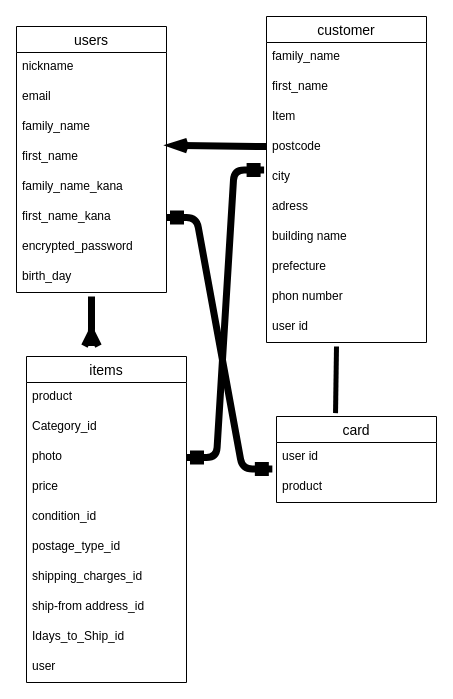
The draw.io diagram config/readme.dio in tya-suke/furima-38764, before the edit. Source tidied: cells renumbered, new cells numbered last; positions are measured from the earlier drawing's top-left corner, leaving out a move shared by most shapes. Both pictures are drawn from the tidied source at 100%, with x=0, y=0 at pixel (16, 16).
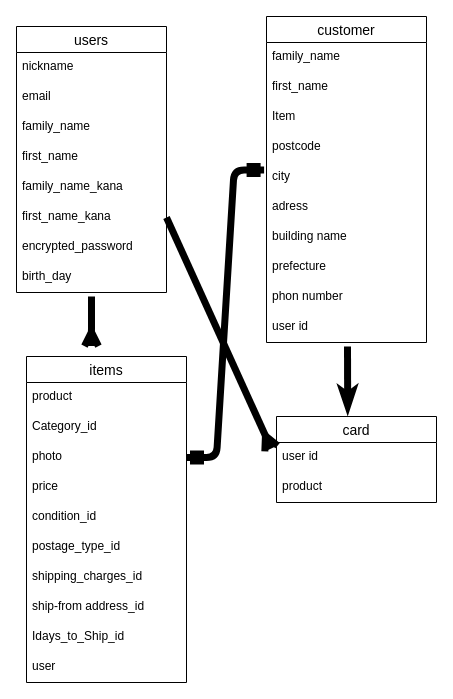
Above is the later version.

The change refers to these unchanged cells:
```xml
<mxCell id="6" value="first_name" style="text;strokeColor=none;fillColor=none;spacingLeft=4;spacingRight=4;overflow=hidden;points=[[0,0.5],[1,0.5]];portConstraint=eastwest;fontSize=12;" parent="2" vertex="1">
  <mxGeometry y="116" width="150" height="30" as="geometry" />
</mxCell>
<mxCell id="8" value="first_name_kana " style="text;strokeColor=none;fillColor=none;spacingLeft=4;spacingRight=4;overflow=hidden;points=[[0,0.5],[1,0.5]];portConstraint=eastwest;fontSize=12;" parent="2" vertex="1">
  <mxGeometry y="176" width="150" height="30" as="geometry" />
</mxCell>
<mxCell id="26" value="postcode" style="text;strokeColor=none;fillColor=none;spacingLeft=4;spacingRight=4;overflow=hidden;points=[[0,0.5],[1,0.5]];portConstraint=eastwest;fontSize=12;" parent="22" vertex="1">
  <mxGeometry y="116" width="160" height="30" as="geometry" />
</mxCell>
<mxCell id="33" value="card" style="swimlane;fontStyle=0;horizontal=1;startSize=26;align=center;fontSize=14;" parent="1" vertex="1">
  <mxGeometry x="260" y="400" width="160" height="86" as="geometry" />
</mxCell>
<mxCell id="34" value="user id" style="text;strokeColor=none;fillColor=none;spacingLeft=4;spacingRight=4;overflow=hidden;points=[[0,0.5],[1,0.5]];portConstraint=eastwest;fontSize=12;" parent="33" vertex="1">
  <mxGeometry y="26" width="160" height="30" as="geometry" />
</mxCell>
```

The edit, as a diff of the source:
```diff
@@
-    <mxCell id="36" style="edgeStyle=none;html=1;endArrow=none;endFill=0;strokeWidth=5;entryX=0.369;entryY=-0.039;entryDx=0;entryDy=0;entryPerimeter=0;" parent="1" edge="1" target="33">
-      <mxGeometry relative="1" as="geometry">
-        <mxPoint x="320" y="330" as="sourcePoint" />
-      </mxGeometry>
-    </mxCell>
@@
-    <mxCell id="39" style="edgeStyle=none;html=1;endArrow=openThin;endFill=0;strokeWidth=7;entryX=1;entryY=0.096;entryDx=0;entryDy=0;entryPerimeter=0;" parent="1" edge="1" source="26" target="6">
-      <mxGeometry relative="1" as="geometry" />
-    </mxCell>
-    <mxCell id="40" style="edgeStyle=entityRelationEdgeStyle;fontSize=12;html=1;endArrow=ERmandOne;startArrow=ERmandOne;strokeWidth=7;entryX=-0.026;entryY=0.88;entryDx=0;entryDy=0;entryPerimeter=0;exitX=1;exitY=0.5;exitDx=0;exitDy=0;" parent="1" edge="1" source="8" target="34">
+    <mxCell id="40" style="edgeStyle=none;html=1;endArrow=ERmany;endFill=0;strokeWidth=7;entryX=-0.033;entryY=0.2;entryDx=0;entryDy=0;entryPerimeter=0;exitX=1;exitY=0.5;exitDx=0;exitDy=0;" parent="1" edge="1" source="8" target="34">
       <mxGeometry relative="1" as="geometry" />
     </mxCell>
+    <mxCell id="41" style="edgeStyle=none;html=1;endArrow=classicThin;endFill=1;strokeWidth=7;entryX=0.445;entryY=-0.038;entryDx=0;entryDy=0;entryPerimeter=0;" parent="1" edge="1" target="33">
+      <mxGeometry relative="1" as="geometry">
+        <mxPoint x="331" y="330" as="sourcePoint" />
+      </mxGeometry>
+    </mxCell>
```
